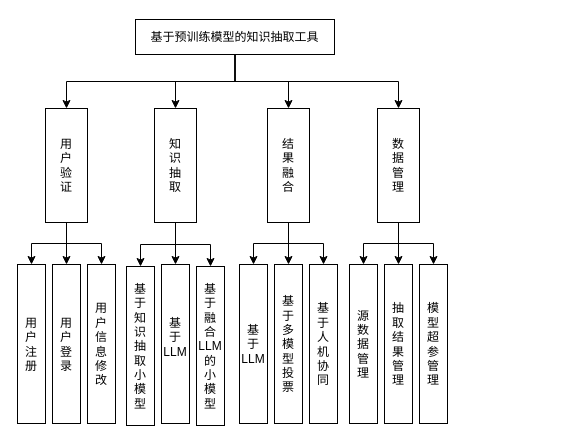
Earlier version of the draw.io diagram 层次结构图.drawio (Wonderful23/algorithm). Source tidied: cells renumbered, new cells numbered last; positions are measured from the earlier drawing's top-left corner, leaving out a move shared by most shapes. Both pictures are drawn from the tidied source at 100%, with x=0, y=0 at pixel (17, 19).
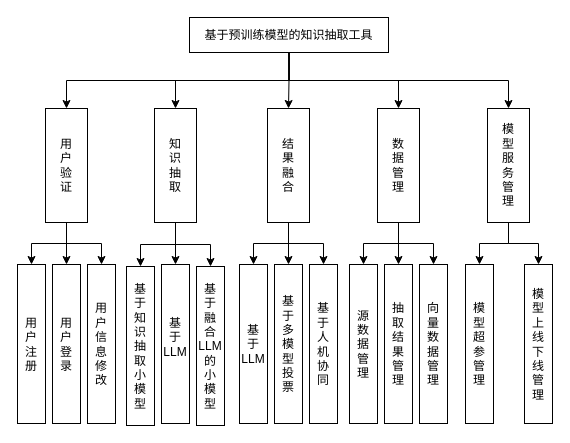
Above is the later version.

Commit message:
更新层次结构图.drawio

What changed in the source:
```diff
@@
+    <mxCell id="35" style="edgeStyle=orthogonalEdgeStyle;rounded=0;jettySize=auto;html=1;exitX=0.5;exitY=1;exitDx=0;exitDy=0;" parent="1" edge="1" source="6" target="38">
+      <mxGeometry relative="1" as="geometry" />
+    </mxCell>
     <mxCell id="6" value="基于预训练模型的知识抽取工具" style="rounded=0;whiteSpace=wrap;html=1;" parent="1" vertex="1">
-      <mxGeometry x="118" width="199" height="35" as="geometry" />
+      <mxGeometry x="172" y="-2" width="199" height="35" as="geometry" />
     </mxCell>
@@
-    <mxCell id="34" value="模&lt;br&gt;型&lt;br&gt;超&lt;br&gt;参&lt;br&gt;管&lt;br&gt;理" style="rounded=0;whiteSpace=wrap;html=1;" parent="1" vertex="1">
+    <mxCell id="34" value="向&lt;br&gt;量&lt;br&gt;数&lt;br&gt;据&lt;br&gt;管&lt;br&gt;理" style="rounded=0;whiteSpace=wrap;html=1;" parent="1" vertex="1">
       <mxGeometry x="402" y="245" width="28" height="159" as="geometry" />
     </mxCell>
+    <mxCell id="36" style="edgeStyle=orthogonalEdgeStyle;rounded=0;jettySize=auto;html=1;entryX=0.5;entryY=0;entryDx=0;entryDy=0;" parent="1" edge="1" source="38" target="39">
+      <mxGeometry relative="1" as="geometry" />
+    </mxCell>
+    <mxCell id="37" style="edgeStyle=orthogonalEdgeStyle;rounded=0;jettySize=auto;html=1;entryX=0.5;entryY=0;entryDx=0;entryDy=0;" parent="1" edge="1" source="38" target="40">
+      <mxGeometry relative="1" as="geometry" />
+    </mxCell>
+    <mxCell id="38" value="模&lt;br&gt;型&lt;br&gt;服&lt;br&gt;务&lt;br&gt;管&lt;br&gt;理" style="rounded=0;whiteSpace=wrap;html=1;" parent="1" vertex="1">
+      <mxGeometry x="470" y="89" width="42" height="114" as="geometry" />
+    </mxCell>
+    <mxCell id="39" value="模&lt;br&gt;型&lt;br&gt;超&lt;br&gt;参&lt;br&gt;管&lt;br&gt;理" style="rounded=0;whiteSpace=wrap;html=1;" parent="1" vertex="1">
+      <mxGeometry x="448" y="245" width="28" height="159" as="geometry" />
+    </mxCell>
+    <mxCell id="40" value="模&lt;br&gt;型&lt;br&gt;上&lt;br&gt;线&lt;br&gt;下&lt;br&gt;线&lt;br&gt;管&lt;br&gt;理" style="rounded=0;whiteSpace=wrap;html=1;" parent="1" vertex="1">
+      <mxGeometry x="507" y="245" width="28" height="159" as="geometry" />
+    </mxCell>
```
